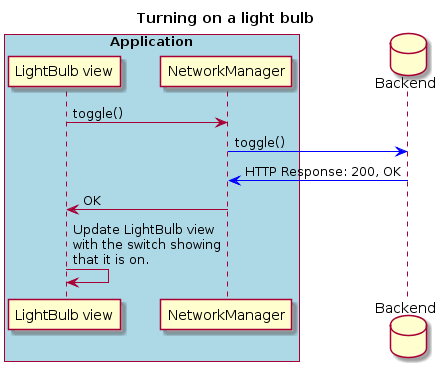
This is docs/STLDD/seq1.png from ockka/ETSN05-Group2, a PlantUML export, as it was before one commit.
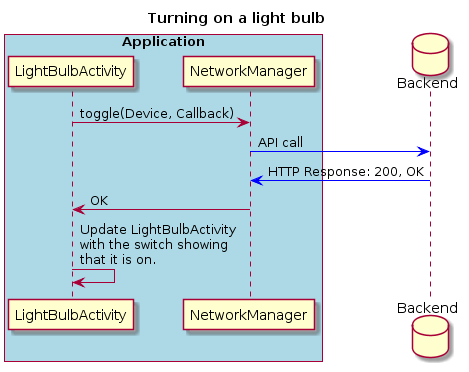
Later version of the same file.

Commit message:
Second sequence fixed

The edit, as a diff of the source:
```diff
@@ -1,25 +1,23 @@
 @startuml
 title Turning on a light bulb
 
-participant "LightBulb view"
+participant "LightBulbActivity"
 participant NetworkManager
 
 box "Application" #LightBlue
-	participant "LightBulb view"
+	participant "LightBulbActivity"
 	participant NetworkManager
 end box
 
 database Backend
 
+LightBulbActivity -> NetworkManager: toggle(Device, Callback)
 
-
-"LightBulb view" -> NetworkManager: toggle()
-
-NetworkManager -[#0000FF]> Backend : toggle()
+NetworkManager -[#0000FF]> Backend : API call
 
 NetworkManager <[#0000FF]- Backend : HTTP Response: 200, OK
 
-"LightBulb view" <- NetworkManager : OK
+LightBulbActivity <- NetworkManager : OK
 
-"LightBulb view" -> "LightBulb view": Update LightBulb view\nwith the switch showing\nthat it is on.
+LightBulbActivity -> LightBulbActivity: Update LightBulbActivity\nwith the switch showing\nthat it is on.
 @enduml
```
